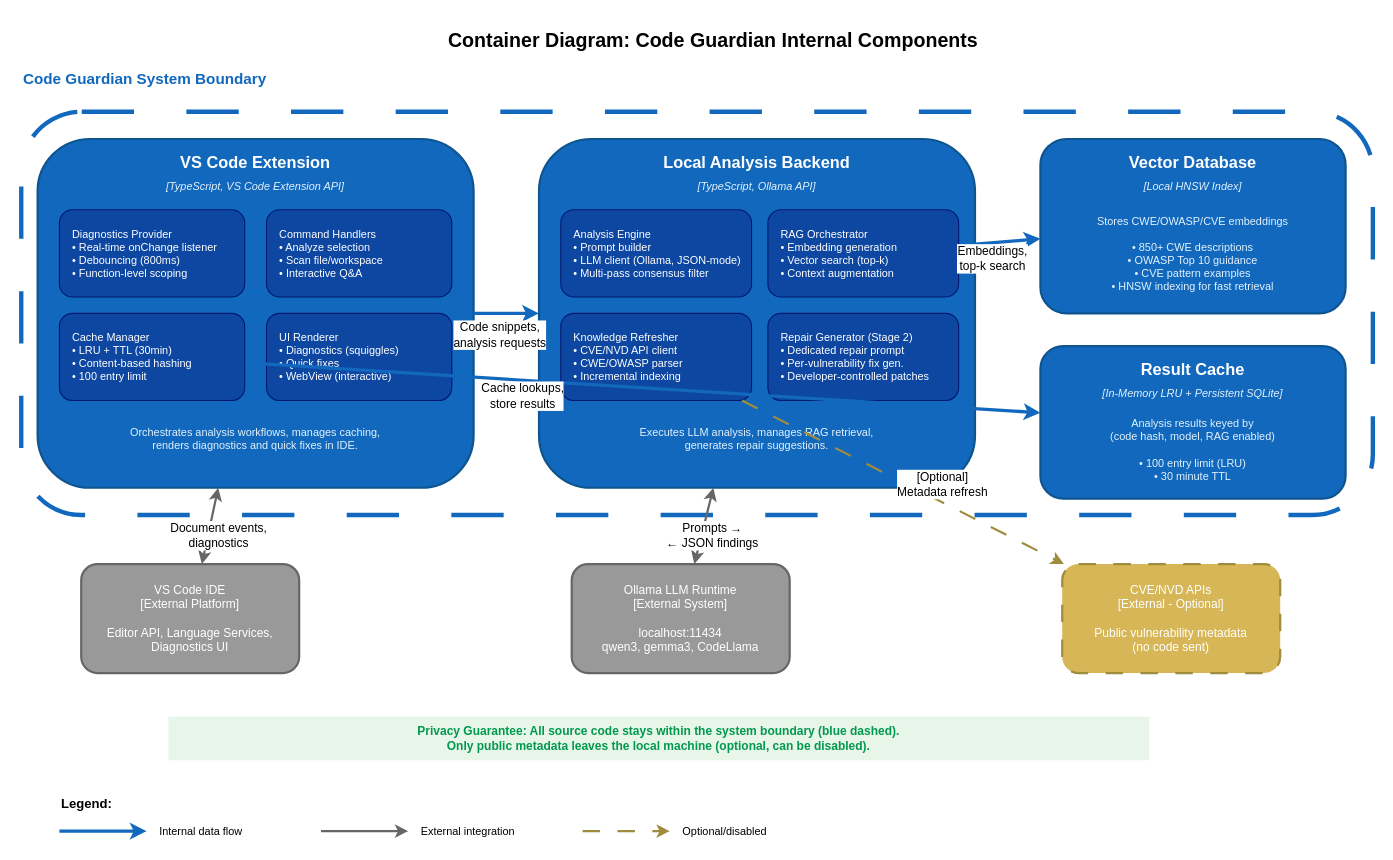
Above: code-guardian-thesis-report/images/c4_container.drawio in mdhafizur/tuc-master-thesis (draw.io), before the change. Source tidied: cells renumbered, new cells numbered last; positions are measured from the earlier drawing's top-left corner, leaving out a move shared by most shapes. Both pictures are drawn from the tidied source at 109%, with x=0, y=0 at pixel (21, 19).
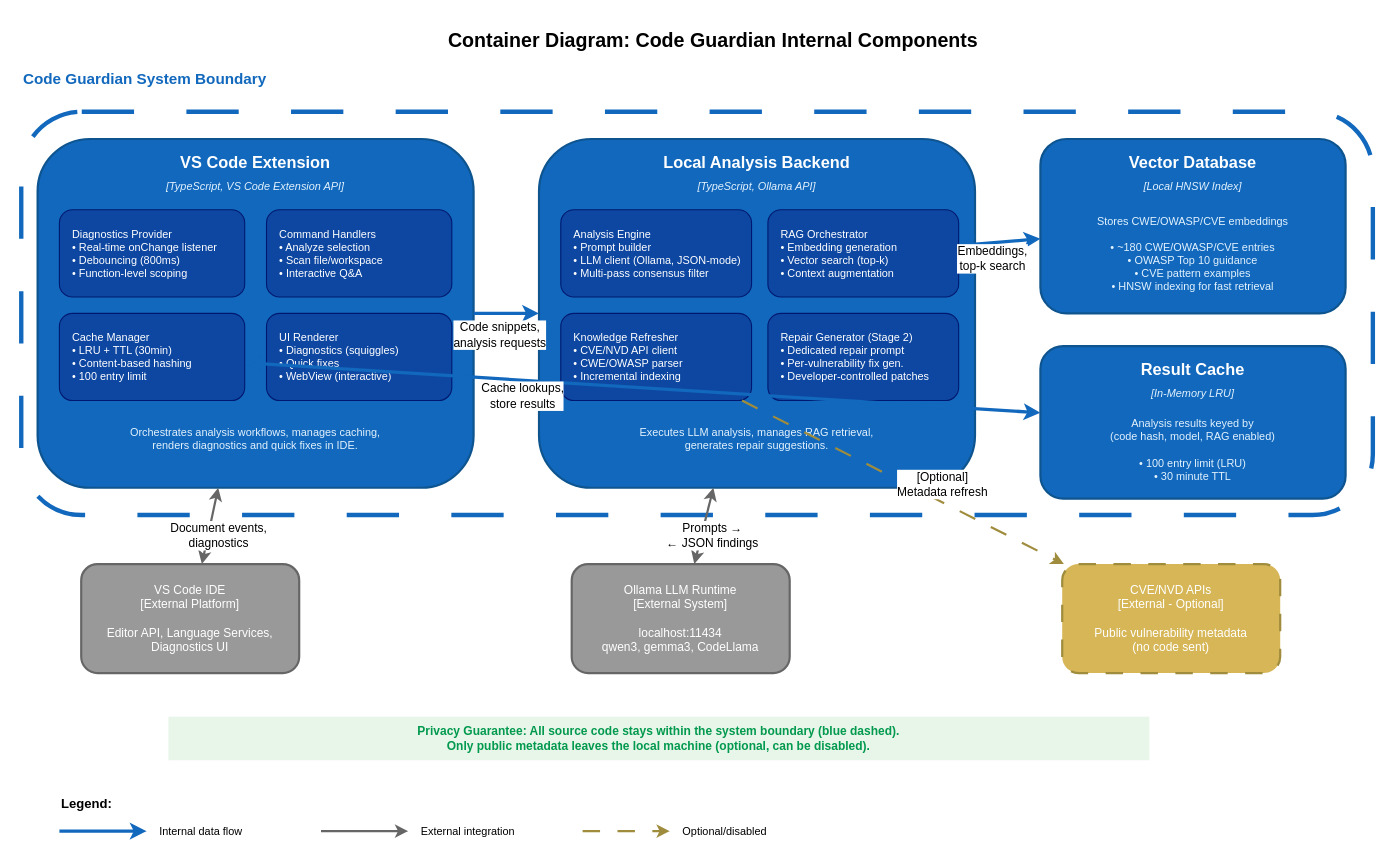
Above is the later version.

What changed in the source:
```diff
@@
-    <mxCell id="24" value="Stores CWE/OWASP/CVE embeddings&#10;&#10;• 850+ CWE descriptions&#10;• OWASP Top 10 guidance&#10;• CVE pattern examples&#10;• HNSW indexing for fast retrieval" style="text;html=1;strokeColor=none;fillColor=none;align=center;verticalAlign=middle;whiteSpace=wrap;fontSize=10;fontColor=#E3F2FD;" parent="1" vertex="1">
+    <mxCell id="24" value="Stores CWE/OWASP/CVE embeddings&#10;&#10;• ~180 CWE/OWASP/CVE entries&#10;• OWASP Top 10 guidance&#10;• CVE pattern examples&#10;• HNSW indexing for fast retrieval" style="text;html=1;strokeColor=none;fillColor=none;align=center;verticalAlign=middle;whiteSpace=wrap;fontSize=10;fontColor=#E3F2FD;" parent="1" vertex="1">
       <mxGeometry x="945" y="170" width="260" height="90" as="geometry" />
     </mxCell>
@@
-    <mxCell id="27" value="[In-Memory LRU + Persistent SQLite]" style="text;html=1;strokeColor=none;fillColor=none;align=center;verticalAlign=middle;whiteSpace=wrap;fontSize=10;fontStyle=2;fontColor=#E3F2FD;" parent="1" vertex="1">
+    <mxCell id="27" value="[In-Memory LRU]" style="text;html=1;strokeColor=none;fillColor=none;align=center;verticalAlign=middle;whiteSpace=wrap;fontSize=10;fontStyle=2;fontColor=#E3F2FD;" parent="1" vertex="1">
       <mxGeometry x="935" y="333" width="280" height="20" as="geometry" />
     </mxCell>
```
